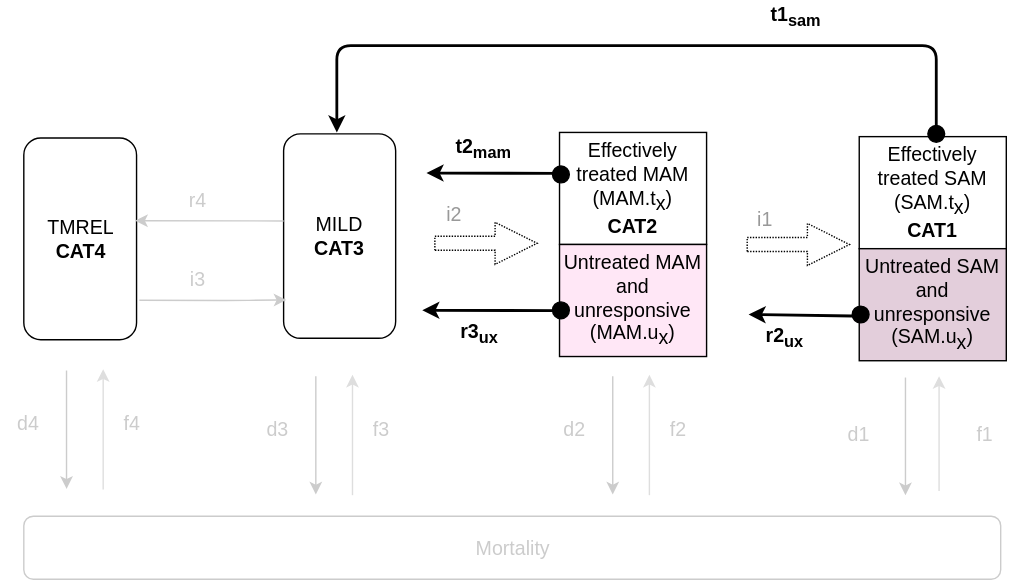
Before: docs/source/intervention_models/wasting_treatment/treatment_diagram.svg, a diagram exported from draw.io (ihmeuw/vivarium_research). Source tidied: cells renumbered, new cells last; positions are measured from the earlier drawing's top-left corner, leaving out a move shared by most shapes.
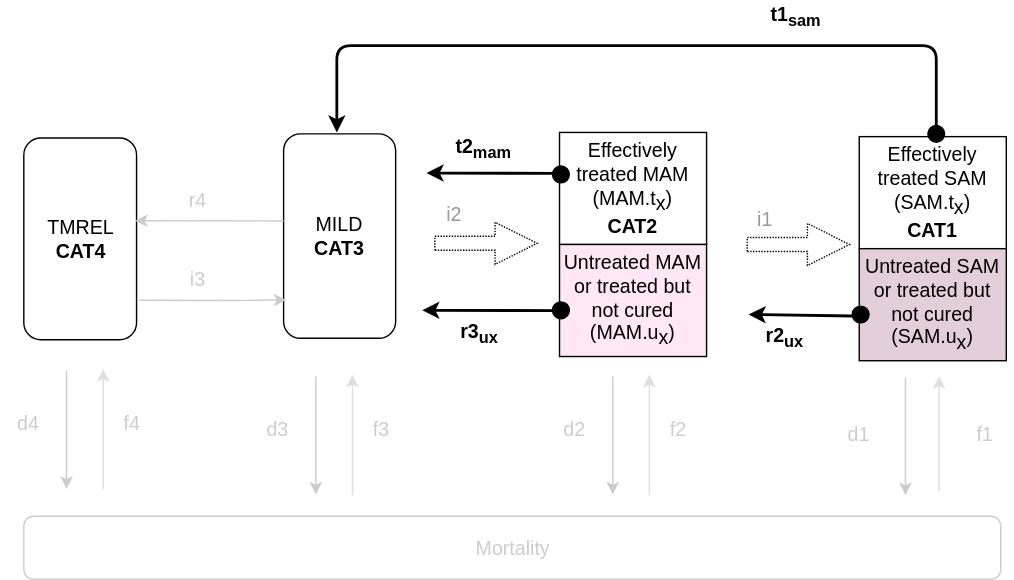
The same file after the commit.

Commit message:
added strategy and references

The edit, as a diff of the source:
```diff
@@ -85,13 +85,13 @@
     <mxCell id="22" value="Effectively treated MAM&lt;br style=&quot;font-size: 14px&quot;&gt;(MAM.t&lt;sub style=&quot;font-size: 14px&quot;&gt;x&lt;/sub&gt;)&lt;br style=&quot;font-size: 14px&quot;&gt;&lt;b&gt;CAT2&lt;/b&gt;" style="rounded=0;whiteSpace=wrap;html=1;fontSize=14;" parent="1" vertex="1">
       <mxGeometry x="399" y="93" width="105" height="80" as="geometry" />
     </mxCell>
-    <mxCell id="23" value="Untreated MAM and unresponsive&lt;br style=&quot;font-size: 14px&quot;&gt;(MAM.u&lt;sub style=&quot;font-size: 14px&quot;&gt;x&lt;/sub&gt;)" style="rounded=0;whiteSpace=wrap;html=1;fontSize=14;fillColor=#FFE7F6;" parent="1" vertex="1">
+    <mxCell id="23" value="Untreated MAM or treated but not cured&lt;br style=&quot;font-size: 14px&quot;&gt;(MAM.u&lt;sub style=&quot;font-size: 14px&quot;&gt;x&lt;/sub&gt;)" style="rounded=0;whiteSpace=wrap;html=1;fontSize=14;fillColor=#FFE7F6;" parent="1" vertex="1">
       <mxGeometry x="399" y="173" width="105" height="80" as="geometry" />
     </mxCell>
     <mxCell id="24" value="Effectively treated SAM&lt;br style=&quot;font-size: 14px&quot;&gt;(SAM.t&lt;sub style=&quot;font-size: 14px&quot;&gt;x&lt;/sub&gt;)&lt;br style=&quot;font-size: 14px&quot;&gt;&lt;b&gt;CAT1&lt;/b&gt;" style="rounded=0;whiteSpace=wrap;html=1;fontSize=14;" parent="1" vertex="1">
       <mxGeometry x="613" y="96" width="105" height="80" as="geometry" />
     </mxCell>
-    <mxCell id="25" value="Untreated SAM and unresponsive&lt;br style=&quot;font-size: 14px&quot;&gt;(SAM.u&lt;sub style=&quot;font-size: 14px&quot;&gt;x&lt;/sub&gt;)" style="rounded=0;whiteSpace=wrap;html=1;fontSize=14;fillColor=#E3CEDB;" parent="1" vertex="1">
+    <mxCell id="25" value="Untreated SAM or treated but not cured (SAM.u&lt;sub style=&quot;font-size: 14px&quot;&gt;x&lt;/sub&gt;)" style="rounded=0;whiteSpace=wrap;html=1;fontSize=14;fillColor=#E3CEDB;" parent="1" vertex="1">
       <mxGeometry x="613" y="176" width="105" height="80" as="geometry" />
     </mxCell>
     <mxCell id="26" style="endArrow=classic;html=1;entryX=0.044;entryY=0.01;entryDx=0;entryDy=0;entryPerimeter=0;fontSize=14;strokeColor=#CCCCCC;" parent="1" edge="1">
```
